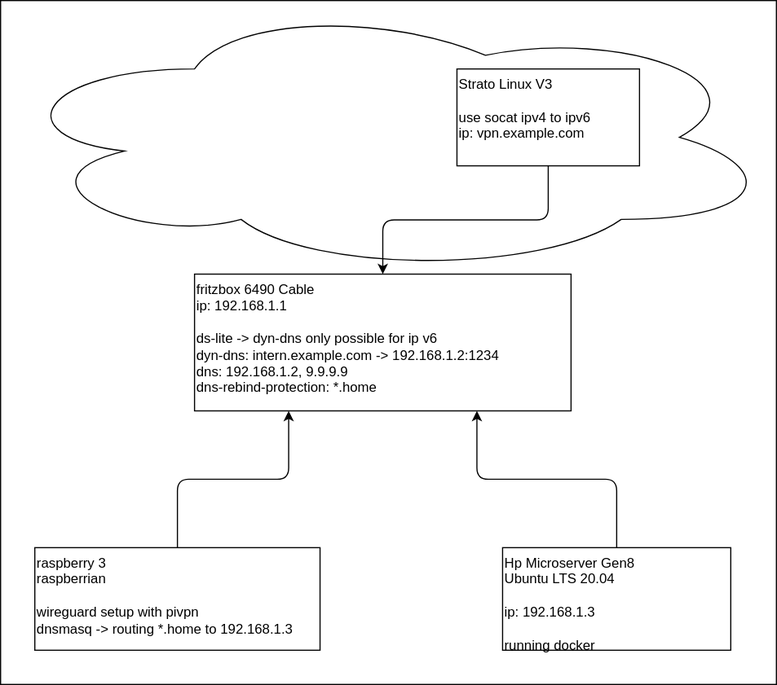
Above: infra.drawio.svg in juliankr/infra (draw.io), before the change. Source tidied: cells renumbered, new cells last; positions are measured from the earlier drawing's top-left corner, leaving out a move shared by most shapes.
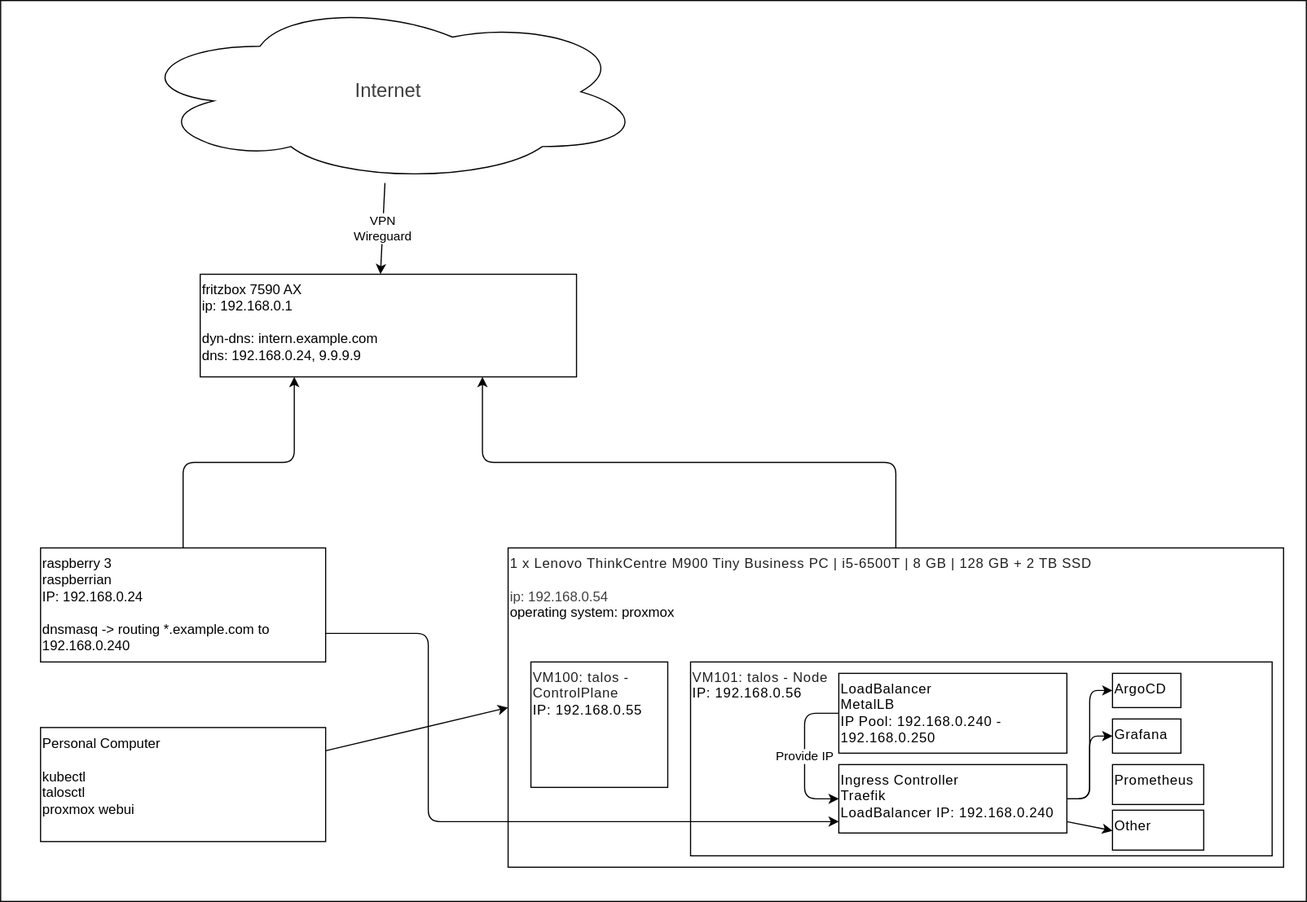
Above is the later version.

What changed in the source:
```diff
@@ -3,31 +3,96 @@
     <mxCell id="0" />
     <mxCell id="1" parent="0" />
     <mxCell id="2" style="rounded=0;whiteSpace=wrap;html=1;" parent="1" vertex="1">
-      <mxGeometry width="680" height="600" as="geometry" />
+      <mxGeometry x="-5" width="1145" height="790" as="geometry" />
     </mxCell>
     <mxCell id="3" style="edgeStyle=orthogonalEdgeStyle;html=1;exitX=0.5;exitY=0;exitDx=0;exitDy=0;entryX=0.75;entryY=1;entryDx=0;entryDy=0;" parent="1" edge="1" source="4" target="5">
       <mxGeometry relative="1" as="geometry" />
     </mxCell>
-    <mxCell id="4" value="Hp Microserver Gen8&amp;nbsp;&lt;br&gt;Ubuntu LTS 20.04&lt;br&gt;&lt;br&gt;ip: 192.168.1.3&lt;br&gt;&lt;br&gt;running docker" style="rounded=0;whiteSpace=wrap;html=1;align=left;verticalAlign=top;" parent="1" vertex="1">
-      <mxGeometry x="440" y="480" width="200" height="90" as="geometry" />
+    <mxCell id="4" value="&lt;div&gt;&lt;font face=&quot;Helvetica&quot;&gt;&lt;span style=&quot;caret-color: rgb(33, 33, 33); color: rgb(33, 33, 33); letter-spacing: 0.5px; background-color: rgb(255, 255, 255);&quot;&gt;1 x Lenovo ThinkCentre M900 Tiny Business PC |&lt;/span&gt;&lt;span style=&quot;caret-color: rgb(33, 33, 33); color: rgb(33, 33, 33); letter-spacing: 0.5px; background-color: rgb(255, 255, 255);&quot;&gt;&amp;nbsp;i5-6500T | 8 GB | 128 GB + 2 TB SSD&lt;/span&gt;&lt;/font&gt;&lt;/div&gt;&lt;div&gt;&lt;span style=&quot;color: rgb(63, 63, 63); background-color: transparent;&quot;&gt;&lt;font face=&quot;Helvetica&quot;&gt;&lt;br&gt;&lt;/font&gt;&lt;/span&gt;&lt;/div&gt;&lt;div&gt;&lt;span style=&quot;color: rgb(63, 63, 63); background-color: transparent;&quot;&gt;&lt;font face=&quot;Helvetica&quot;&gt;ip: 192.168.0.54&lt;/font&gt;&lt;/span&gt;&lt;/div&gt;&lt;div&gt;&lt;font face=&quot;Helvetica&quot;&gt;operating system: proxmox&lt;/font&gt;&lt;/div&gt;&lt;div&gt;&lt;font face=&quot;Helvetica&quot;&gt;&lt;br&gt;&lt;/font&gt;&lt;br&gt;&lt;/div&gt;" style="rounded=0;whiteSpace=wrap;html=1;align=left;verticalAlign=top;" parent="1" vertex="1">
+      <mxGeometry x="440" y="480" width="680" height="280" as="geometry" />
     </mxCell>
-    <mxCell id="5" value="fritzbox 6490 Cable&lt;br&gt;ip: 192.168.1.1&lt;br&gt;&lt;br&gt;ds-lite -&amp;gt; dyn-dns only possible for ip v6&lt;br&gt;dyn-dns: intern.example.com -&amp;gt; 192.168.1.2:1234&lt;br&gt;dns: 192.168.1.2, 9.9.9.9&lt;br&gt;dns-rebind-protection: *.home" style="rounded=0;whiteSpace=wrap;html=1;align=left;verticalAlign=top;" parent="1" vertex="1">
-      <mxGeometry x="170" y="240" width="330" height="120" as="geometry" />
+    <mxCell id="5" value="fritzbox 7590 AX&lt;br&gt;ip: 192.168.0.1&lt;br&gt;&lt;br&gt;dyn-dns: intern.example.com&lt;br&gt;dns: 192.168.0.24, 9.9.9.9&lt;div&gt;&lt;br&gt;&lt;/div&gt;" style="rounded=0;whiteSpace=wrap;html=1;align=left;verticalAlign=top;" parent="1" vertex="1">
+      <mxGeometry x="170" y="240" width="330" height="90" as="geometry" />
     </mxCell>
     <mxCell id="6" style="edgeStyle=orthogonalEdgeStyle;html=1;exitX=0.5;exitY=0;exitDx=0;exitDy=0;entryX=0.25;entryY=1;entryDx=0;entryDy=0;" parent="1" edge="1" source="7" target="5">
       <mxGeometry relative="1" as="geometry" />
     </mxCell>
-    <mxCell id="7" value="raspberry 3&lt;br&gt;raspberrian&lt;br&gt;&lt;br&gt;wireguard setup with pivpn&lt;br&gt;dnsmasq -&amp;gt; routing *.home to 192.168.1.3" style="rounded=0;whiteSpace=wrap;html=1;align=left;verticalAlign=top;" parent="1" vertex="1">
-      <mxGeometry x="30" y="480" width="250" height="90" as="geometry" />
+    <mxCell id="7" value="raspberry 3&lt;br&gt;raspberrian&lt;div&gt;&lt;font color=&quot;#000000&quot;&gt;IP: 192.168.0.24&lt;br&gt;&lt;/font&gt;&lt;br&gt;dnsmasq -&amp;gt; routing *.example.com to 192.168.0.240&lt;/div&gt;" style="rounded=0;whiteSpace=wrap;html=1;align=left;verticalAlign=top;" parent="1" vertex="1">
+      <mxGeometry x="30" y="480" width="250" height="100" as="geometry" />
     </mxCell>
-    <mxCell id="8" style="ellipse;shape=cloud;whiteSpace=wrap;html=1;align=left;verticalAlign=top;" parent="1" vertex="1">
-      <mxGeometry width="680" height="240" as="geometry" />
+    <mxCell id="8" value="&lt;div&gt;&lt;span style=&quot;color: rgb(63, 63, 63); background-color: transparent;&quot;&gt;Internet&lt;/span&gt;&lt;/div&gt;" style="ellipse;shape=cloud;whiteSpace=wrap;html=1;align=center;verticalAlign=middle;fontSize=17;" parent="1" vertex="1">
+      <mxGeometry x="110" width="450" height="160" as="geometry" />
     </mxCell>
-    <mxCell id="9" style="edgeStyle=orthogonalEdgeStyle;html=1;" parent="1" edge="1" source="10" target="5">
-      <mxGeometry relative="1" as="geometry" />
-    </mxCell>
-    <mxCell id="10" value="Strato&amp;nbsp;&lt;span class=&quot;fs30--xs font--special&quot;&gt;Linux V3&lt;br&gt;&lt;br&gt;use socat ipv4 to ipv6&lt;br&gt;ip: vpn.example.com&lt;br&gt;&lt;/span&gt;" style="rounded=0;whiteSpace=wrap;html=1;align=left;verticalAlign=top;" parent="1" vertex="1">
-      <mxGeometry x="400" y="60" width="160" height="85" as="geometry" />
-    </mxCell>
+    <mxCell id="11" value="VPN&lt;br&gt;Wireguard" style="edgeStyle=none;html=1;entryX=0.479;entryY=0;entryDx=0;entryDy=0;entryPerimeter=0;" parent="1" edge="1" source="8" target="5">
+      <mxGeometry relative="1" as="geometry" />
+    </mxCell>
+    <mxCell id="12" value="&lt;div&gt;&lt;font face=&quot;Helvetica&quot; color=&quot;#212121&quot;&gt;&lt;span style=&quot;letter-spacing: 0.5px; caret-color: rgb(33, 33, 33); background-color: rgb(255, 255, 255);&quot;&gt;VM100: talos - ControlPlane&lt;/span&gt;&lt;/font&gt;&lt;/div&gt;&lt;div&gt;&lt;span style=&quot;letter-spacing: 0.5px; caret-color: rgb(33, 33, 33); background-color: rgb(255, 255, 255);&quot;&gt;&lt;font face=&quot;Helvetica&quot;&gt;IP: 192.168.0.55&lt;/font&gt;&lt;/span&gt;&lt;/div&gt;&lt;div&gt;&lt;font face=&quot;Arial&quot;&gt;&lt;span style=&quot;font-size: 13px; letter-spacing: 0.5px; caret-color: rgb(33, 33, 33); background-color: rgb(255, 255, 255);&quot;&gt;&lt;br&gt;&lt;/span&gt;&lt;/font&gt;&lt;/div&gt;" style="rounded=0;whiteSpace=wrap;html=1;align=left;verticalAlign=top;" parent="1" vertex="1">
+      <mxGeometry x="460" y="580" width="120" height="110" as="geometry" />
+    </mxCell>
+    <mxCell id="13" value="&lt;div&gt;&lt;font face=&quot;Helvetica&quot; color=&quot;#212121&quot;&gt;&lt;span style=&quot;letter-spacing: 0.5px; caret-color: rgb(33, 33, 33); background-color: rgb(255, 255, 255);&quot;&gt;VM101: talos - Node&lt;/span&gt;&lt;/font&gt;&lt;/div&gt;&lt;div&gt;&lt;span style=&quot;letter-spacing: 0.5px; caret-color: rgb(33, 33, 33); background-color: rgb(255, 255, 255);&quot;&gt;&lt;font face=&quot;Helvetica&quot;&gt;IP: 192.168.0.56&lt;/font&gt;&lt;/span&gt;&lt;/div&gt;&lt;div&gt;&lt;span style=&quot;letter-spacing: 0.5px; caret-color: rgb(33, 33, 33); background-color: rgb(255, 255, 255);&quot;&gt;&lt;font face=&quot;Helvetica&quot;&gt;&lt;br&gt;&lt;/font&gt;&lt;/span&gt;&lt;/div&gt;&lt;div&gt;&lt;font face=&quot;Arial&quot;&gt;&lt;span style=&quot;font-size: 13px; letter-spacing: 0.5px; caret-color: rgb(33, 33, 33); background-color: rgb(255, 255, 255);&quot;&gt;&lt;br&gt;&lt;/span&gt;&lt;/font&gt;&lt;/div&gt;" style="rounded=0;whiteSpace=wrap;html=1;align=left;verticalAlign=top;" parent="1" vertex="1">
+      <mxGeometry x="600" y="580" width="510" height="170" as="geometry" />
+    </mxCell>
+    <mxCell id="14" style="edgeStyle=none;html=1;exitX=1;exitY=0.5;exitDx=0;exitDy=0;entryX=0;entryY=0.5;entryDx=0;entryDy=0;" parent="1" edge="1" source="16" target="21">
+      <mxGeometry relative="1" as="geometry">
+        <Array as="points">
+          <mxPoint x="950" y="700" />
+          <mxPoint x="950" y="645" />
+        </Array>
+      </mxGeometry>
+    </mxCell>
+    <mxCell id="15" style="edgeStyle=none;html=1;exitX=1;exitY=0.5;exitDx=0;exitDy=0;entryX=0;entryY=0.5;entryDx=0;entryDy=0;" parent="1" edge="1" source="16" target="20">
+      <mxGeometry relative="1" as="geometry">
+        <Array as="points">
+          <mxPoint x="950" y="700" />
+          <mxPoint x="950" y="605" />
+        </Array>
+      </mxGeometry>
+    </mxCell>
+    <mxCell id="16" value="&lt;div&gt;&lt;span style=&quot;letter-spacing: 0.5px; caret-color: rgb(33, 33, 33); background-color: rgb(255, 255, 255);&quot;&gt;Ingress Controller&lt;br&gt;Traefik&lt;/span&gt;&lt;/div&gt;&lt;div&gt;&lt;span style=&quot;letter-spacing: 0.5px; caret-color: rgb(33, 33, 33); background-color: rgb(255, 255, 255);&quot;&gt;LoadBalancer IP: 192.168.0.240&lt;/span&gt;&lt;/div&gt;" style="rounded=0;whiteSpace=wrap;html=1;align=left;verticalAlign=top;" parent="1" vertex="1">
+      <mxGeometry x="730" y="670" width="200" height="60" as="geometry" />
+    </mxCell>
+    <mxCell id="17" value="Provide IP" style="edgeStyle=none;html=1;exitX=0;exitY=0.5;exitDx=0;exitDy=0;entryX=0;entryY=0.5;entryDx=0;entryDy=0;" parent="1" edge="1" source="18" target="16">
+      <mxGeometry relative="1" as="geometry">
+        <Array as="points">
+          <mxPoint x="700" y="625" />
+          <mxPoint x="700" y="700" />
+        </Array>
+      </mxGeometry>
+    </mxCell>
+    <mxCell id="18" value="&lt;div&gt;&lt;span style=&quot;letter-spacing: 0.5px; caret-color: rgb(33, 33, 33); background-color: rgb(255, 255, 255);&quot;&gt;LoadBalancer&lt;br&gt;MetalLB&lt;/span&gt;&lt;/div&gt;&lt;div&gt;&lt;span style=&quot;letter-spacing: 0.5px; caret-color: rgb(33, 33, 33); background-color: rgb(255, 255, 255);&quot;&gt;IP Pool: 192.168.0.240 - 192.168.0.250&lt;/span&gt;&lt;/div&gt;" style="rounded=0;whiteSpace=wrap;html=1;align=left;verticalAlign=top;" parent="1" vertex="1">
+      <mxGeometry x="730" y="590" width="200" height="70" as="geometry" />
+    </mxCell>
+    <mxCell id="19" style="edgeStyle=none;html=1;exitX=1;exitY=0.75;exitDx=0;exitDy=0;" parent="1" edge="1" source="7">
+      <mxGeometry relative="1" as="geometry">
+        <mxPoint x="730" y="720" as="targetPoint" />
+        <Array as="points">
+          <mxPoint x="370" y="555" />
+          <mxPoint x="370" y="720" />
+        </Array>
+      </mxGeometry>
+    </mxCell>
+    <mxCell id="20" value="&lt;div&gt;&lt;span style=&quot;letter-spacing: 0.5px; caret-color: rgb(33, 33, 33); background-color: rgb(255, 255, 255);&quot;&gt;ArgoCD&lt;/span&gt;&lt;/div&gt;" style="rounded=0;whiteSpace=wrap;html=1;align=left;verticalAlign=top;" parent="1" vertex="1">
+      <mxGeometry x="970" y="590" width="60" height="30" as="geometry" />
+    </mxCell>
+    <mxCell id="21" value="&lt;div&gt;&lt;span style=&quot;letter-spacing: 0.5px; caret-color: rgb(33, 33, 33); background-color: rgb(255, 255, 255);&quot;&gt;Grafana&lt;/span&gt;&lt;/div&gt;" style="rounded=0;whiteSpace=wrap;html=1;align=left;verticalAlign=top;" parent="1" vertex="1">
+      <mxGeometry x="970" y="630" width="60" height="30" as="geometry" />
+    </mxCell>
+    <mxCell id="22" value="&lt;div&gt;&lt;span style=&quot;letter-spacing: 0.5px; caret-color: rgb(33, 33, 33); background-color: rgb(255, 255, 255);&quot;&gt;Prometheus&lt;/span&gt;&lt;/div&gt;" style="rounded=0;whiteSpace=wrap;html=1;align=left;verticalAlign=top;" parent="1" vertex="1">
+      <mxGeometry x="970" y="670" width="80" height="35" as="geometry" />
+    </mxCell>
+    <mxCell id="23" value="&lt;div&gt;&lt;span style=&quot;letter-spacing: 0.5px; caret-color: rgb(33, 33, 33); background-color: rgb(255, 255, 255);&quot;&gt;Other&lt;/span&gt;&lt;/div&gt;" style="rounded=0;whiteSpace=wrap;html=1;align=left;verticalAlign=top;" parent="1" vertex="1">
+      <mxGeometry x="970" y="710" width="80" height="35" as="geometry" />
+    </mxCell>
+    <mxCell id="24" style="edgeStyle=none;html=1;" parent="1" edge="1" source="16">
+      <mxGeometry relative="1" as="geometry">
+        <mxPoint x="970" y="728" as="targetPoint" />
+      </mxGeometry>
+    </mxCell>
+    <mxCell id="25" style="edgeStyle=none;html=1;entryX=0;entryY=0.5;entryDx=0;entryDy=0;" parent="1" edge="1" source="26" target="4">
+      <mxGeometry relative="1" as="geometry" />
+    </mxCell>
+    <mxCell id="26" value="Personal Computer&lt;div&gt;&lt;br&gt;&lt;/div&gt;&lt;div&gt;kubectl&lt;br&gt;talosctl&lt;br&gt;proxmox webui&lt;/div&gt;" style="rounded=0;whiteSpace=wrap;html=1;align=left;verticalAlign=top;" parent="1" vertex="1">
+      <mxGeometry x="30" y="637.5" width="250" height="100" as="geometry" />
+    </mxCell>
   </root>
 </mxGraphModel>
```
